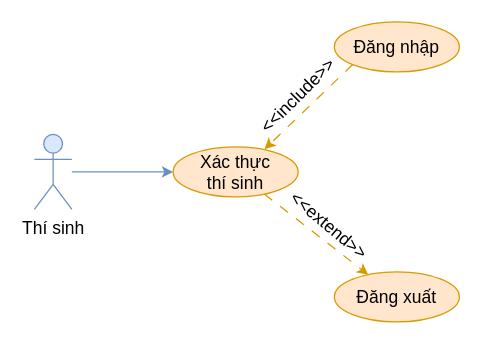
This is document/temp/draw/usecase_phanra/usecase_xacthucthisinh.drawio from copecute/Edudex-Quiz, a draw.io file, before an edit. Source tidied: cells renumbered, new cells numbered last; positions are measured from the earlier drawing's top-left corner, leaving out a move shared by most shapes. Both pictures are drawn from the tidied source at 125%, with x=0, y=0 at pixel (34, 21).
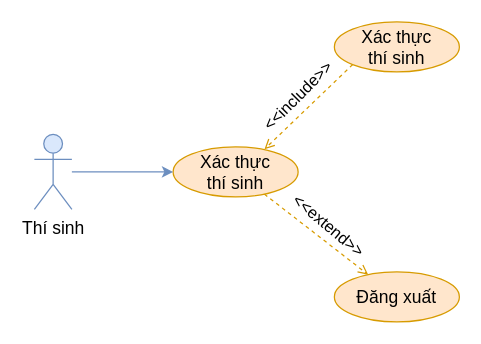
The same diagram, later.

Diff of the diagram source:
```diff
@@
 <mxGraphModel>
   <root>
     <mxCell id="0" />
     <mxCell id="1" parent="0" />
-    <mxCell id="2" style="rounded=0;jettySize=auto;html=1;dashed=1;dashPattern=8 8;fillColor=#ffe6cc;strokeColor=#d79b00;fontSize=14;" parent="1" edge="1" source="3" target="6">
+    <mxCell id="2" style="rounded=0;jettySize=auto;html=1;dashed=1;fillColor=#ffe6cc;strokeColor=#d79b00;fontSize=14;endArrow=open;endFill=0;" parent="1" edge="1" source="3" target="6">
       <mxGeometry relative="1" as="geometry" />
     </mxCell>
     <mxCell id="3" value="Xác thực&lt;br&gt;thí sinh" style="ellipse;whiteSpace=wrap;html=1;fillColor=#ffe6cc;strokeColor=#d79b00;fontSize=14;" parent="1" vertex="1">
       <mxGeometry x="111" y="100" width="100" height="40" as="geometry" />
     </mxCell>
-    <mxCell id="4" style="rounded=0;jettySize=auto;html=1;exitX=0;exitY=1;exitDx=0;exitDy=0;entryX=0.731;entryY=0.047;entryDx=0;entryDy=0;fillColor=#ffe6cc;strokeColor=#d79b00;entryPerimeter=0;dashed=1;dashPattern=8 8;fontSize=14;" parent="1" edge="1" source="5" target="3">
+    <mxCell id="4" style="rounded=0;jettySize=auto;html=1;exitX=0;exitY=1;exitDx=0;exitDy=0;entryX=0.731;entryY=0.047;entryDx=0;entryDy=0;fillColor=#ffe6cc;strokeColor=#d79b00;entryPerimeter=0;dashed=1;fontSize=14;endArrow=open;endFill=0;" parent="1" edge="1" source="5" target="3">
       <mxGeometry relative="1" as="geometry" />
     </mxCell>
-    <mxCell id="5" value="Đăng nhập" style="ellipse;whiteSpace=wrap;html=1;fillColor=#ffe6cc;strokeColor=#d79b00;fontSize=14;" parent="1" vertex="1">
+    <mxCell id="5" value="Xác thực&lt;br&gt;thí sinh" style="ellipse;whiteSpace=wrap;html=1;fillColor=#ffe6cc;strokeColor=#d79b00;fontSize=14;" parent="1" vertex="1">
       <mxGeometry x="240" width="100" height="40" as="geometry" />
     </mxCell>
     <mxCell id="6" value="Đăng xuất" style="ellipse;whiteSpace=wrap;html=1;fillColor=#ffe6cc;strokeColor=#d79b00;fontSize=14;" parent="1" vertex="1">
       <mxGeometry x="240" y="200" width="100" height="40" as="geometry" />
     </mxCell>
-    <mxCell id="7" value="&lt;font style=&quot;font-size: 14px;&quot;&gt;&amp;lt;&amp;lt;extend&amp;gt;&amp;gt;&lt;/font&gt;" style="text;html=1;strokeColor=none;fillColor=none;align=center;verticalAlign=middle;whiteSpace=wrap;rounded=0;rotation=40;fontSize=14;" parent="1" vertex="1">
+    <mxCell id="7" value="&lt;font style=&quot;font-size: 13px;&quot;&gt;&amp;lt;&amp;lt;extend&amp;gt;&amp;gt;&lt;/font&gt;" style="text;html=1;strokeColor=none;fillColor=none;align=center;verticalAlign=middle;whiteSpace=wrap;rounded=0;rotation=40;fontSize=13;" parent="1" vertex="1">
       <mxGeometry x="206" y="148" width="60" height="30" as="geometry" />
     </mxCell>
-    <mxCell id="8" value="&lt;font style=&quot;font-size: 14px;&quot;&gt;&amp;lt;&amp;lt;include&amp;gt;&amp;gt;&lt;/font&gt;" style="text;html=1;strokeColor=none;fillColor=none;align=center;verticalAlign=middle;whiteSpace=wrap;rounded=0;rotation=-45;fontSize=14;" parent="1" vertex="1">
+    <mxCell id="8" value="&lt;font style=&quot;font-size: 13px;&quot;&gt;&amp;lt;&amp;lt;include&amp;gt;&amp;gt;&lt;/font&gt;" style="text;html=1;strokeColor=none;fillColor=none;align=center;verticalAlign=middle;whiteSpace=wrap;rounded=0;rotation=-45;fontSize=13;" parent="1" vertex="1">
       <mxGeometry x="181" y="44" width="60" height="30" as="geometry" />
     </mxCell>
     <mxCell id="9" style="rounded=0;jettySize=auto;html=1;entryX=0;entryY=0.5;entryDx=0;entryDy=0;fillColor=#dae8fc;strokeColor=#6c8ebf;fontSize=14;" parent="1" edge="1" source="10" target="3">
       <mxGeometry relative="1" as="geometry" />
     </mxCell>
     <mxCell id="10" value="Thí sinh" style="shape=umlActor;verticalLabelPosition=bottom;verticalAlign=top;html=1;outlineConnect=0;fillColor=#dae8fc;strokeColor=#6c8ebf;fontSize=14;" parent="1" vertex="1">
       <mxGeometry y="90" width="30" height="60" as="geometry" />
     </mxCell>
   </root>
 </mxGraphModel>
```
